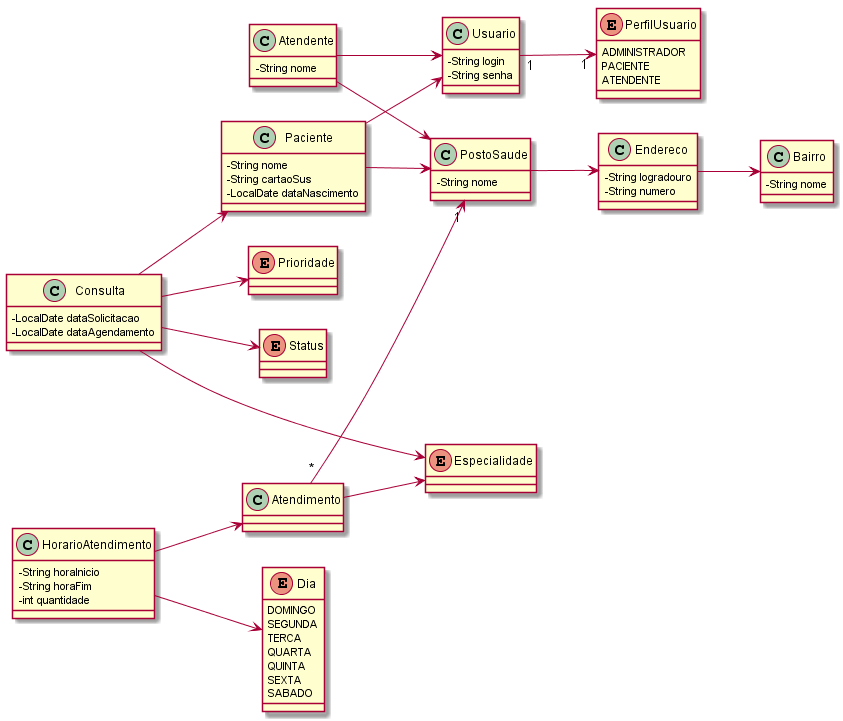
Earlier version of the PlantUML export docs/uml/saudegaranhuns-classes.png (ifpe-cti/saudegaranhuns).
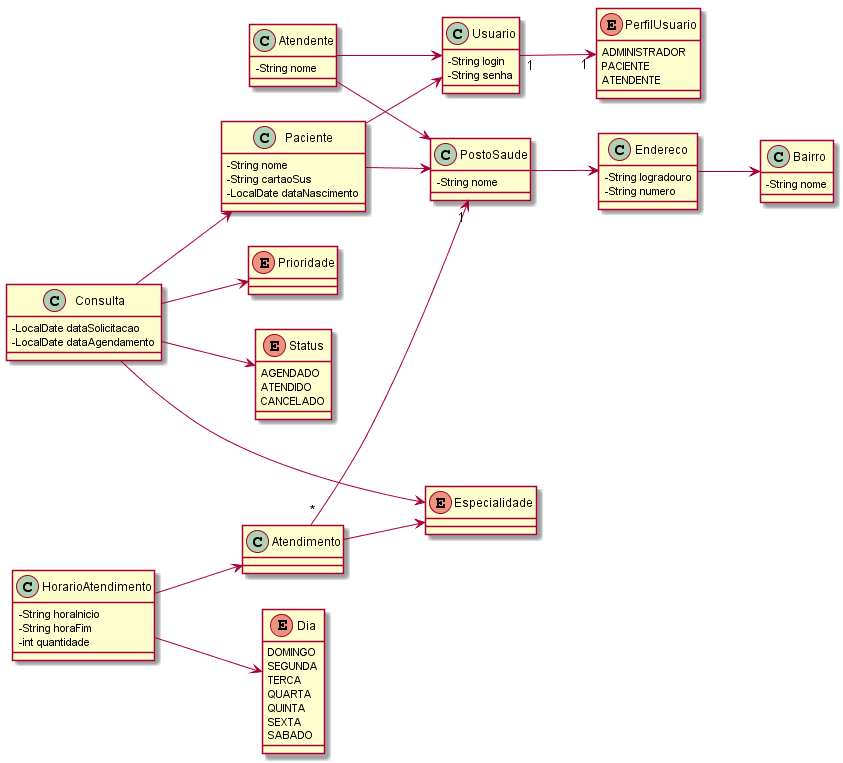
Above is the later version.

Commit message:
Atualização do diagrama de classes

Diff of the diagram source:
```diff
@@ -10,6 +10,9 @@
 }
 
 enum Status {
+  AGENDADO
+  ATENDIDO
+  CANCELADO
 }
 
 enum Dia {
```
